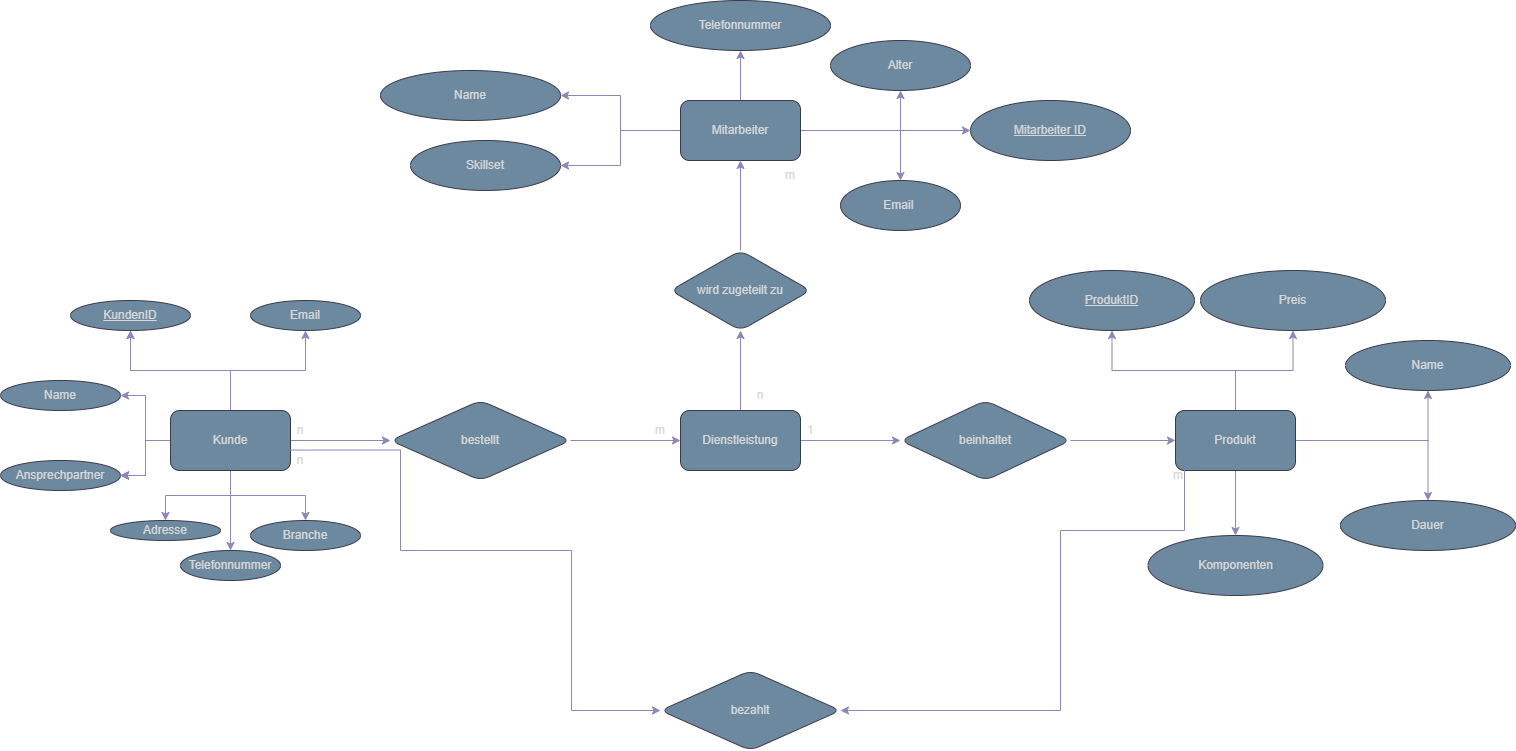
This is Unbenanntes Diagramm.drawio.png from 0xj0n1/Grundlagen-Wirtschaftsinformatik-Charts, a draw.io export, as it was before one commit. Source tidied: cells renumbered, new cells last; positions are measured from the earlier drawing's top-left corner, leaving out a move shared by most shapes.
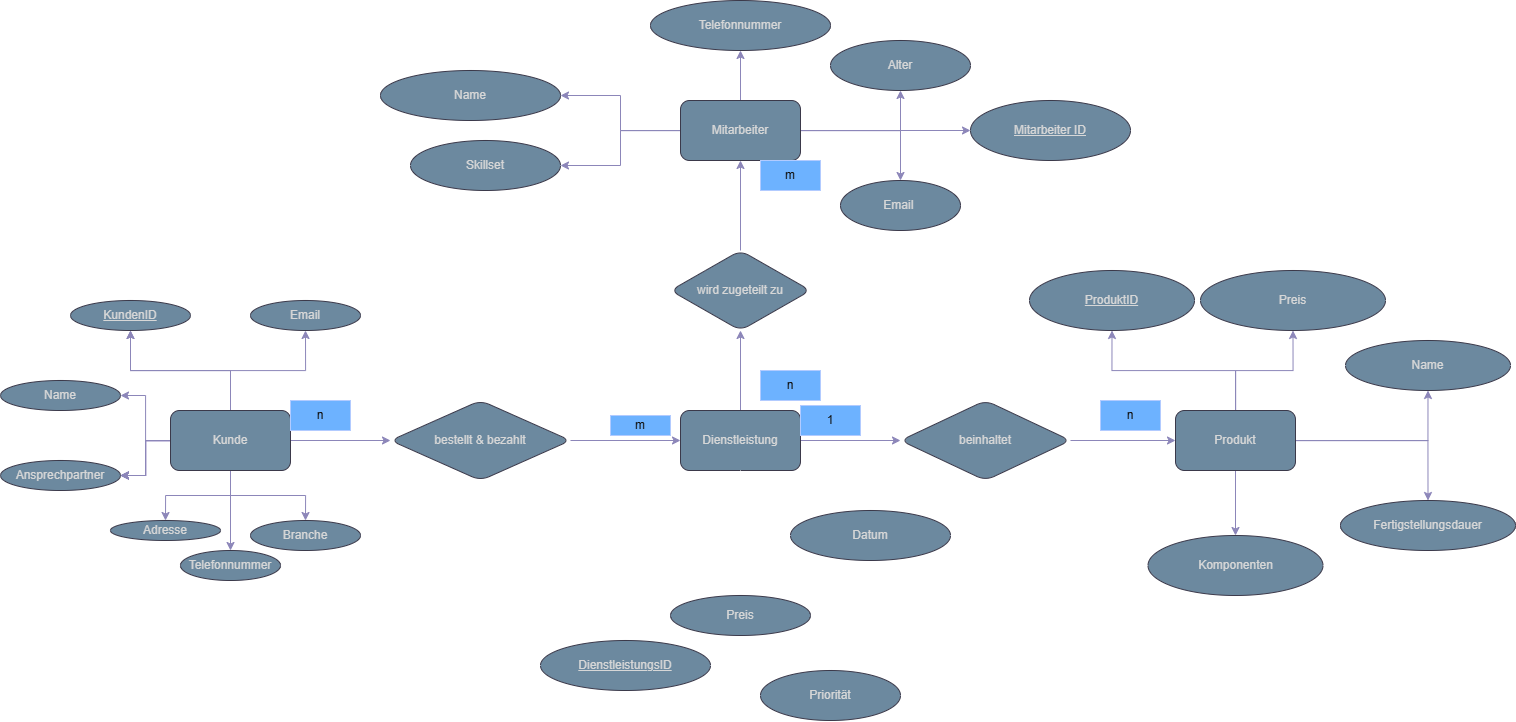
After the change.

Change to the diagram source:
```diff
@@ -71,7 +71,7 @@
     <mxCell id="24" style="edgeStyle=orthogonalEdgeStyle;rounded=0;jettySize=auto;html=1;labelBackgroundColor=none;fontColor=default;strokeColor=#736CA8;" parent="1" edge="1" source="25" target="28">
       <mxGeometry relative="1" as="geometry" />
     </mxCell>
-    <mxCell id="25" value="bestellt" style="rhombus;whiteSpace=wrap;html=1;rounded=1;labelBackgroundColor=none;fillColor=#5D7F99;strokeColor=#D0CEE2;fontColor=#1A1A1A;" parent="1" vertex="1">
+    <mxCell id="25" value="bestellt &amp;amp; bezahlt" style="rhombus;whiteSpace=wrap;html=1;rounded=1;labelBackgroundColor=none;fillColor=#5D7F99;strokeColor=#D0CEE2;fontColor=#1A1A1A;" parent="1" vertex="1">
       <mxGeometry x="390" y="400" width="180" height="80" as="geometry" />
     </mxCell>
     <mxCell id="26" style="edgeStyle=orthogonalEdgeStyle;rounded=0;jettySize=auto;html=1;labelBackgroundColor=none;fontColor=default;strokeColor=#736CA8;" parent="1" edge="1" source="28" target="30">
@@ -80,6 +80,23 @@
     <mxCell id="27" style="edgeStyle=orthogonalEdgeStyle;rounded=0;jettySize=auto;html=1;labelBackgroundColor=none;fontColor=default;strokeColor=#736CA8;" parent="1" edge="1" source="28" target="45">
       <mxGeometry relative="1" as="geometry" />
     </mxCell>
+    <mxCell id="68" style="edgeStyle=orthogonalEdgeStyle;rounded=0;jettySize=auto;html=1;" parent="1" edge="1" source="28" target="72">
+      <mxGeometry relative="1" as="geometry" />
+    </mxCell>
+    <mxCell id="69" style="edgeStyle=orthogonalEdgeStyle;rounded=0;jettySize=auto;html=1;" parent="1" edge="1" source="28" target="73">
+      <mxGeometry relative="1" as="geometry" />
+    </mxCell>
+    <mxCell id="70" style="edgeStyle=orthogonalEdgeStyle;rounded=0;jettySize=auto;html=1;" parent="1" edge="1" source="28" target="77">
+      <mxGeometry relative="1" as="geometry" />
+    </mxCell>
+    <mxCell id="71" style="edgeStyle=orthogonalEdgeStyle;rounded=0;jettySize=auto;html=1;" parent="1" edge="1" target="74">
+      <mxGeometry relative="1" as="geometry">
+        <mxPoint x="740" y="560" as="sourcePoint" />
+        <Array as="points">
+          <mxPoint x="740" y="535" />
+        </Array>
+      </mxGeometry>
+    </mxCell>
     <mxCell id="28" value="Dienstleistung" style="whiteSpace=wrap;html=1;rounded=1;labelBackgroundColor=none;fillColor=#5D7F99;strokeColor=#D0CEE2;fontColor=#1A1A1A;" parent="1" vertex="1">
       <mxGeometry x="680" y="410" width="120" height="60" as="geometry" />
     </mxCell>
@@ -161,59 +178,47 @@
     <mxCell id="54" value="Preis" style="ellipse;whiteSpace=wrap;html=1;rounded=1;labelBackgroundColor=none;fillColor=#5D7F99;strokeColor=#D0CEE2;fontColor=#1A1A1A;" parent="1" vertex="1">
       <mxGeometry x="1200" y="270" width="185" height="60" as="geometry" />
     </mxCell>
-    <mxCell id="55" value="Dauer" style="ellipse;whiteSpace=wrap;html=1;rounded=1;labelBackgroundColor=none;fillColor=#5D7F99;strokeColor=#D0CEE2;fontColor=#1A1A1A;" parent="1" vertex="1">
+    <mxCell id="55" value="Fertigstellungsdauer" style="ellipse;whiteSpace=wrap;html=1;rounded=1;labelBackgroundColor=none;fillColor=#5D7F99;strokeColor=#D0CEE2;fontColor=#1A1A1A;" parent="1" vertex="1">
       <mxGeometry x="1340" y="500" width="175" height="50" as="geometry" />
     </mxCell>
     <mxCell id="56" value="Komponenten" style="ellipse;whiteSpace=wrap;html=1;rounded=1;labelBackgroundColor=none;fillColor=#5D7F99;strokeColor=#D0CEE2;fontColor=#1A1A1A;" parent="1" vertex="1">
       <mxGeometry x="1147.5" y="535" width="175" height="60" as="geometry" />
     </mxCell>
-    <mxCell id="57" value="m" style="text;strokeColor=none;align=center;fillColor=none;html=1;verticalAlign=middle;whiteSpace=wrap;rounded=0;fontColor=#1A1A1A;" parent="1" vertex="1">
-      <mxGeometry x="630" y="420" width="60" height="20" as="geometry" />
+    <mxCell id="57" value="m" style="text;strokeColor=#001DBC;align=center;fillColor=#0050ef;html=1;verticalAlign=middle;whiteSpace=wrap;rounded=0;fontColor=#ffffff;" parent="1" vertex="1">
+      <mxGeometry x="610" y="415" width="60" height="20" as="geometry" />
     </mxCell>
-    <mxCell id="58" value="1" style="text;strokeColor=none;align=center;fillColor=none;html=1;verticalAlign=middle;whiteSpace=wrap;rounded=0;fontColor=#1A1A1A;" parent="1" vertex="1">
-      <mxGeometry x="780" y="415" width="60" height="30" as="geometry" />
+    <mxCell id="58" value="1" style="text;strokeColor=#001DBC;align=center;fillColor=#0050ef;html=1;verticalAlign=middle;whiteSpace=wrap;rounded=0;fontColor=#ffffff;" parent="1" vertex="1">
+      <mxGeometry x="800" y="405" width="60" height="30" as="geometry" />
     </mxCell>
-    <mxCell id="59" value="n" style="text;strokeColor=none;align=center;fillColor=none;html=1;verticalAlign=middle;whiteSpace=wrap;rounded=0;fontColor=#1A1A1A;" parent="1" vertex="1">
-      <mxGeometry x="730" y="380" width="60" height="30" as="geometry" />
+    <mxCell id="59" value="n" style="text;strokeColor=#001DBC;align=center;fillColor=#0050ef;html=1;verticalAlign=middle;whiteSpace=wrap;rounded=0;fontColor=#ffffff;" parent="1" vertex="1">
+      <mxGeometry x="760" y="370" width="60" height="30" as="geometry" />
     </mxCell>
-    <mxCell id="60" value="n" style="text;align=center;html=1;verticalAlign=middle;whiteSpace=wrap;rounded=0;" parent="1" vertex="1">
-      <mxGeometry x="1130" y="410" width="60" height="30" as="geometry" />
+    <mxCell id="60" value="n" style="text;align=center;html=1;verticalAlign=middle;whiteSpace=wrap;rounded=0;fillColor=#0050ef;fontColor=#ffffff;strokeColor=#001DBC;" parent="1" vertex="1">
+      <mxGeometry x="1100" y="400" width="60" height="30" as="geometry" />
     </mxCell>
-    <mxCell id="61" value="m" style="text;strokeColor=none;align=center;fillColor=none;html=1;verticalAlign=middle;whiteSpace=wrap;rounded=0;fontColor=#1A1A1A;" parent="1" vertex="1">
+    <mxCell id="61" value="m" style="text;strokeColor=#001DBC;align=center;fillColor=#0050ef;html=1;verticalAlign=middle;whiteSpace=wrap;rounded=0;fontColor=#ffffff;" parent="1" vertex="1">
       <mxGeometry x="760" y="160" width="60" height="30" as="geometry" />
     </mxCell>
-    <mxCell id="62" value="bezahlt" style="rhombus;whiteSpace=wrap;html=1;rounded=1;labelBackgroundColor=none;fillColor=#5D7F99;strokeColor=#D0CEE2;fontColor=#1A1A1A;" parent="1" vertex="1">
-      <mxGeometry x="660" y="670" width="180" height="80" as="geometry" />
-    </mxCell>
-    <mxCell id="63" style="edgeStyle=orthogonalEdgeStyle;rounded=0;jettySize=auto;html=1;labelBackgroundColor=none;fontColor=default;strokeColor=#736CA8;exitX=0.991;exitY=0.659;exitDx=0;exitDy=0;exitPerimeter=0;" parent="1" edge="1" source="16" target="62">
-      <mxGeometry relative="1" as="geometry">
-        <Array as="points">
-          <mxPoint x="400" y="449" />
-          <mxPoint x="400" y="550" />
-          <mxPoint x="571" y="550" />
-          <mxPoint x="571" y="710" />
-        </Array>
-      </mxGeometry>
-    </mxCell>
-    <mxCell id="64" style="edgeStyle=orthogonalEdgeStyle;rounded=0;jettySize=auto;html=1;labelBackgroundColor=none;fontColor=default;strokeColor=#736CA8;entryX=1;entryY=0.5;entryDx=0;entryDy=0;" parent="1" edge="1" target="62">
-      <mxGeometry relative="1" as="geometry">
-        <mxPoint x="1184" y="468" as="sourcePoint" />
-        <Array as="points">
-          <mxPoint x="1184" y="468" />
-          <mxPoint x="1184" y="530" />
-          <mxPoint x="1060" y="530" />
-          <mxPoint x="1060" y="710" />
-        </Array>
-      </mxGeometry>
-    </mxCell>
-    <mxCell id="65" value="n" style="text;strokeColor=none;align=center;fillColor=none;html=1;verticalAlign=middle;whiteSpace=wrap;rounded=0;fontColor=#1A1A1A;" parent="1" vertex="1">
-      <mxGeometry x="270" y="445" width="60" height="30" as="geometry" />
-    </mxCell>
-    <mxCell id="66" value="n" style="text;strokeColor=none;align=center;fillColor=none;html=1;verticalAlign=middle;whiteSpace=wrap;rounded=0;fontColor=#1A1A1A;" parent="1" vertex="1">
-      <mxGeometry x="270" y="415" width="60" height="30" as="geometry" />
+    <mxCell id="66" value="n" style="text;strokeColor=#001DBC;align=center;fillColor=#0050ef;html=1;verticalAlign=middle;whiteSpace=wrap;rounded=0;fontColor=#ffffff;" parent="1" vertex="1">
+      <mxGeometry x="290" y="400" width="60" height="30" as="geometry" />
     </mxCell>
-    <mxCell id="67" value="m" style="text;strokeColor=none;align=center;fillColor=none;html=1;verticalAlign=middle;whiteSpace=wrap;rounded=0;fontColor=#1A1A1A;" parent="1" vertex="1">
-      <mxGeometry x="1147.5" y="460" width="60" height="30" as="geometry" />
-    </mxCell>
+    <mxCell id="72" value="&lt;u&gt;DienstleistungsID&lt;/u&gt;" style="ellipse;whiteSpace=wrap;html=1;fillColor=#5D7F99;strokeColor=#D0CEE2;fontColor=#1A1A1A;rounded=1;labelBackgroundColor=none;" parent="1" vertex="1">
+      <mxGeometry x="540" y="640" width="170" height="50" as="geometry" />
+    </mxCell>
+    <mxCell id="73" value="Preis" style="ellipse;whiteSpace=wrap;html=1;fillColor=#5D7F99;strokeColor=#D0CEE2;fontColor=#1A1A1A;rounded=1;labelBackgroundColor=none;" parent="1" vertex="1">
+      <mxGeometry x="670" y="595" width="140" height="40" as="geometry" />
+    </mxCell>
+    <mxCell id="74" value="Datum" style="ellipse;whiteSpace=wrap;html=1;fillColor=#5D7F99;strokeColor=#D0CEE2;fontColor=#1A1A1A;rounded=1;labelBackgroundColor=none;" parent="1" vertex="1">
+      <mxGeometry x="790" y="510" width="160" height="50" as="geometry" />
+    </mxCell>
+    <mxCell id="75" style="edgeStyle=orthogonalEdgeStyle;rounded=0;orthogonalLoop=1;jettySize=auto;html=1;exitX=0.5;exitY=1;exitDx=0;exitDy=0;" parent="1" edge="1" source="74" target="74">
+      <mxGeometry relative="1" as="geometry" />
+    </mxCell>
+    <mxCell id="76" style="edgeStyle=orthogonalEdgeStyle;rounded=0;jettySize=auto;html=1;" parent="1" edge="1" source="28" target="77">
+      <mxGeometry relative="1" as="geometry" />
+    </mxCell>
+    <mxCell id="77" value="Priorität" style="ellipse;whiteSpace=wrap;html=1;fillColor=#5D7F99;strokeColor=#D0CEE2;fontColor=#1A1A1A;rounded=1;labelBackgroundColor=none;" parent="1" vertex="1">
+      <mxGeometry x="760" y="670" width="140" height="50" as="geometry" />
+    </mxCell>
   </root>
 </mxGraphModel>
```
